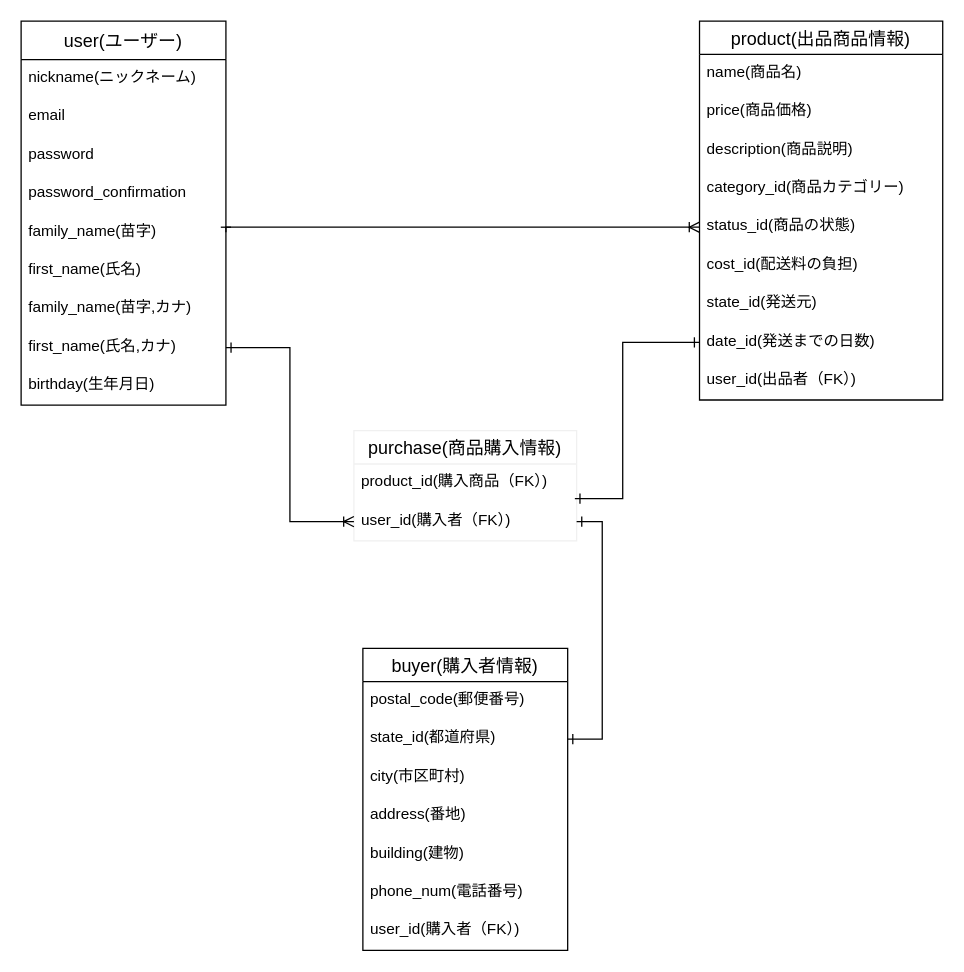
The draw.io diagram ER.dio in zakizakinozaki/furima-34440, before the edit. Source tidied: cells renumbered, new cells numbered last; positions are measured from the earlier drawing's top-left corner, leaving out a move shared by most shapes. Both pictures are drawn from the tidied source at 128%, with x=0, y=0 at pixel (20, 20).
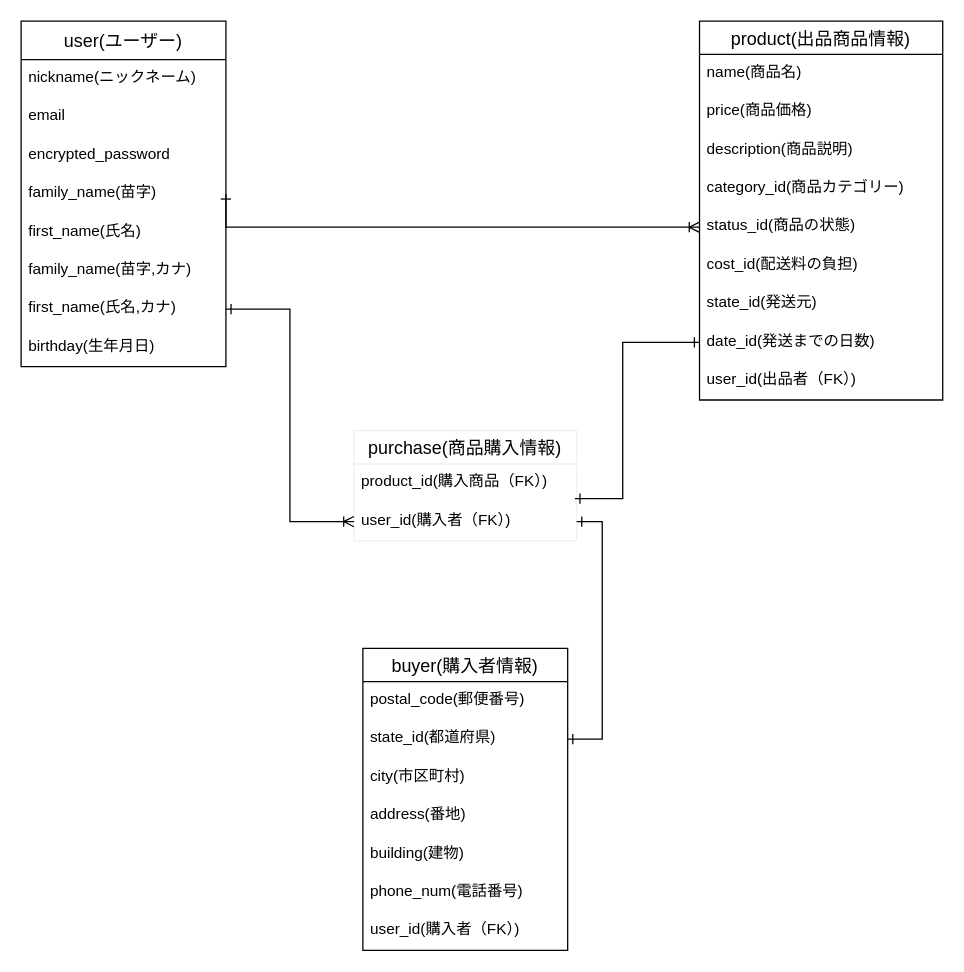
Above is the later version.

Commit message (it also covers changes not shown here):
テーブル情報の修正

Change to the diagram source:
```diff
@@
     <mxCell id="2" value="user(ユーザー)" style="swimlane;fontStyle=0;horizontal=1;startSize=30;align=center;fontSize=14;" parent="1" vertex="1">
-      <mxGeometry width="160" height="300" as="geometry" />
+      <mxGeometry width="160" height="270" as="geometry" />
     </mxCell>
@@
-    <mxCell id="5" value="password" style="text;strokeColor=none;fillColor=none;spacingLeft=4;spacingRight=4;overflow=hidden;fontSize=12;" parent="2" vertex="1">
+    <mxCell id="5" value="encrypted_password" style="text;strokeColor=none;fillColor=none;spacingLeft=4;spacingRight=4;overflow=hidden;fontSize=12;" parent="2" vertex="1">
       <mxGeometry y="90" width="160" height="30" as="geometry" />
     </mxCell>
-    <mxCell id="6" value="password_confirmation" style="text;strokeColor=none;fillColor=none;spacingLeft=4;spacingRight=4;overflow=hidden;fontSize=12;" parent="2" vertex="1">
-      <mxGeometry y="120" width="160" height="30" as="geometry" />
-    </mxCell>
     <mxCell id="7" value="family_name(苗字)" style="text;strokeColor=none;fillColor=none;spacingLeft=4;spacingRight=4;overflow=hidden;points=[[0,0.5],[1,0.5]];portConstraint=eastwest;fontSize=12;" parent="2" vertex="1">
-      <mxGeometry y="150" width="160" height="30" as="geometry" />
+      <mxGeometry y="120" width="160" height="30" as="geometry" />
     </mxCell>
     <mxCell id="8" value="first_name(氏名)" style="text;strokeColor=none;fillColor=none;spacingLeft=4;spacingRight=4;overflow=hidden;fontSize=12;" parent="2" vertex="1">
-      <mxGeometry y="180" width="160" height="30" as="geometry" />
+      <mxGeometry y="150" width="160" height="30" as="geometry" />
     </mxCell>
     <mxCell id="9" value="family_name(苗字,カナ)" style="text;strokeColor=none;fillColor=none;spacingLeft=4;spacingRight=4;overflow=hidden;fontSize=12;" parent="2" vertex="1">
-      <mxGeometry y="210" width="160" height="30" as="geometry" />
+      <mxGeometry y="180" width="160" height="30" as="geometry" />
     </mxCell>
     <mxCell id="10" value="first_name(氏名,カナ)" style="text;strokeColor=none;fillColor=none;spacingLeft=4;spacingRight=4;overflow=hidden;points=[[0,0.5],[1,0.5]];portConstraint=eastwest;fontSize=12;" parent="2" vertex="1">
-      <mxGeometry y="240" width="160" height="30" as="geometry" />
+      <mxGeometry y="210" width="160" height="30" as="geometry" />
     </mxCell>
     <mxCell id="11" value="birthday(生年月日)" style="text;strokeColor=none;fillColor=none;spacingLeft=4;spacingRight=4;overflow=hidden;fontSize=12;" parent="2" vertex="1">
-      <mxGeometry y="270" width="160" height="30" as="geometry" />
+      <mxGeometry y="240" width="160" height="30" as="geometry" />
     </mxCell>
```
